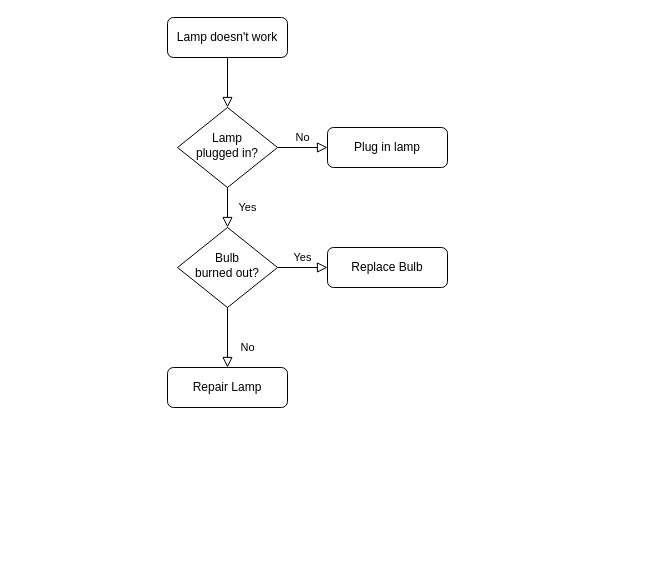
Above: Untitled Diagram.drawio in memyself-ai/github-slideshow (draw.io), before the change. Source tidied: cells renumbered, new cells numbered last; positions are measured from the earlier drawing's top-left corner, leaving out a move shared by most shapes. Both pictures are drawn from the tidied source at 100%, with x=0, y=0 at pixel (167, 17).
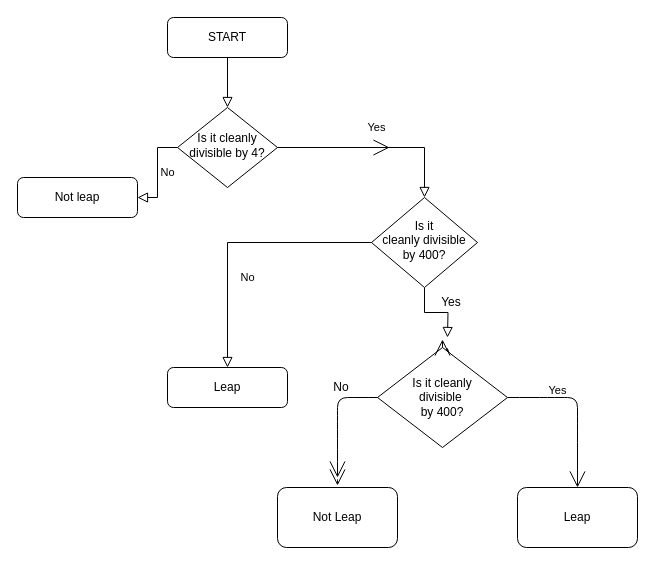
After the change.

Commit message:
leap year

Diff of the diagram source:
```diff
@@
-    <mxCell id="3" value="Lamp doesn't work" style="rounded=1;whiteSpace=wrap;html=1;fontSize=12;glass=0;strokeWidth=1;shadow=0;" parent="1" vertex="1">
+    <mxCell id="3" value="START" style="rounded=1;whiteSpace=wrap;html=1;fontSize=12;glass=0;strokeWidth=1;shadow=0;" parent="1" vertex="1">
       <mxGeometry width="120" height="40" as="geometry" />
     </mxCell>
@@
+    <mxCell id="13" style="edgeStyle=none;curved=1;rounded=0;jettySize=auto;html=1;endArrow=open;startSize=14;endSize=14;sourcePerimeterSpacing=8;targetPerimeterSpacing=8;" parent="1" edge="1" source="6">
+      <mxGeometry relative="1" as="geometry">
+        <mxPoint x="222" y="130" as="targetPoint" />
+      </mxGeometry>
+    </mxCell>
-    <mxCell id="6" value="Lamp&lt;br&gt;plugged in?" style="rhombus;whiteSpace=wrap;html=1;shadow=0;fontFamily=Helvetica;fontSize=12;align=center;strokeWidth=1;spacing=6;spacingTop=-4;" parent="1" vertex="1">
+    <mxCell id="6" value="Is it cleanly divisible by 4?" style="rhombus;whiteSpace=wrap;html=1;shadow=0;fontFamily=Helvetica;fontSize=12;align=center;strokeWidth=1;spacing=6;spacingTop=-4;" parent="1" vertex="1">
       <mxGeometry x="10" y="90" width="100" height="80" as="geometry" />
     </mxCell>
-    <mxCell id="7" value="Plug in lamp" style="rounded=1;whiteSpace=wrap;html=1;fontSize=12;glass=0;strokeWidth=1;shadow=0;" parent="1" vertex="1">
-      <mxGeometry x="160" y="110" width="120" height="40" as="geometry" />
+    <mxCell id="7" value="Not leap" style="rounded=1;whiteSpace=wrap;html=1;fontSize=12;glass=0;strokeWidth=1;shadow=0;" parent="1" vertex="1">
+      <mxGeometry x="-150" y="160" width="120" height="40" as="geometry" />
     </mxCell>
@@
-    <mxCell id="9" value="Yes" style="edgeStyle=orthogonalEdgeStyle;rounded=0;html=1;jettySize=auto;fontSize=11;endArrow=block;endFill=0;endSize=8;strokeWidth=1;shadow=0;labelBackgroundColor=none;" parent="1" edge="1" source="10" target="12">
-      <mxGeometry y="10" relative="1" as="geometry" />
+    <mxCell id="9" value="Yes" style="edgeStyle=orthogonalEdgeStyle;rounded=0;html=1;jettySize=auto;fontSize=11;endArrow=block;endFill=0;endSize=8;strokeWidth=1;shadow=0;labelBackgroundColor=none;" parent="1" edge="1" source="10">
+      <mxGeometry x="1" y="121" relative="1" as="geometry">
+        <mxPoint x="280" y="320" as="targetPoint" />
+        <mxPoint x="-11" y="50" as="offset" />
+      </mxGeometry>
     </mxCell>
-    <mxCell id="10" value="Bulb&lt;br&gt;burned out?" style="rhombus;whiteSpace=wrap;html=1;shadow=0;fontFamily=Helvetica;fontSize=12;align=center;strokeWidth=1;spacing=6;spacingTop=-4;" parent="1" vertex="1">
-      <mxGeometry x="10" y="210" width="100" height="80" as="geometry" />
+    <mxCell id="10" value="Is it &lt;br&gt;cleanly divisible &lt;br&gt;by 400?" style="rhombus;whiteSpace=wrap;html=1;shadow=0;fontFamily=Helvetica;fontSize=12;align=center;strokeWidth=1;spacing=6;spacingTop=-4;" parent="1" vertex="1">
+      <mxGeometry x="204" y="180" width="106" height="90" as="geometry" />
     </mxCell>
-    <mxCell id="11" value="Repair Lamp" style="rounded=1;whiteSpace=wrap;html=1;fontSize=12;glass=0;strokeWidth=1;shadow=0;" parent="1" vertex="1">
+    <mxCell id="11" value="Leap" style="rounded=1;whiteSpace=wrap;html=1;fontSize=12;glass=0;strokeWidth=1;shadow=0;" parent="1" vertex="1">
       <mxGeometry y="350" width="120" height="40" as="geometry" />
     </mxCell>
-    <mxCell id="12" value="Replace Bulb" style="rounded=1;whiteSpace=wrap;html=1;fontSize=12;glass=0;strokeWidth=1;shadow=0;" parent="1" vertex="1">
-      <mxGeometry x="160" y="230" width="120" height="40" as="geometry" />
-    </mxCell>
+    <mxCell id="14" style="edgeStyle=none;curved=1;rounded=0;jettySize=auto;html=1;endArrow=open;startSize=14;endSize=14;targetPerimeterSpacing=8;startArrow=none;" parent="1" edge="1" source="16">
+      <mxGeometry relative="1" as="geometry">
+        <mxPoint x="280" y="330" as="targetPoint" />
+      </mxGeometry>
+    </mxCell>
+    <mxCell id="15" value="Yes" style="text;strokeColor=none;fillColor=none;html=1;align=center;verticalAlign=middle;whiteSpace=wrap;rounded=0;hachureGap=4;" parent="1" vertex="1">
+      <mxGeometry x="254" y="270" width="60" height="30" as="geometry" />
+    </mxCell>
+    <mxCell id="16" value="Is it cleanly &lt;br&gt;divisible&amp;nbsp;&lt;br&gt;by 400?" style="rhombus;whiteSpace=wrap;html=1;hachureGap=4;" parent="1" vertex="1">
+      <mxGeometry x="210" y="330" width="130" height="100" as="geometry" />
+    </mxCell>
+    <mxCell id="17" style="edgeStyle=none;curved=1;rounded=0;orthogonalLoop=1;jettySize=auto;html=1;exitX=0.5;exitY=0;exitDx=0;exitDy=0;endArrow=open;startSize=14;endSize=14;sourcePerimeterSpacing=8;targetPerimeterSpacing=8;" parent="1" edge="1" source="16" target="16">
+      <mxGeometry relative="1" as="geometry" />
+    </mxCell>
+    <mxCell id="18" style="edgeStyle=none;curved=1;rounded=0;jettySize=auto;html=1;endArrow=open;startSize=14;endSize=14;sourcePerimeterSpacing=8;targetPerimeterSpacing=8;" parent="1" edge="1" source="19">
+      <mxGeometry relative="1" as="geometry">
+        <mxPoint x="170" y="468" as="targetPoint" />
+      </mxGeometry>
+    </mxCell>
+    <mxCell id="19" value="Not Leap" style="rounded=1;whiteSpace=wrap;html=1;hachureGap=4;" parent="1" vertex="1">
+      <mxGeometry x="110" y="470" width="120" height="60" as="geometry" />
+    </mxCell>
+    <mxCell id="20" style="edgeStyle=none;jettySize=auto;html=1;rounded=0;endArrow=open;startSize=14;endSize=14;sourcePerimeterSpacing=8;targetPerimeterSpacing=8;curved=1;exitX=0;exitY=0.5;exitDx=0;exitDy=0;" parent="1" edge="1" source="16">
+      <mxGeometry relative="1" as="geometry">
+        <mxPoint x="170" y="460" as="targetPoint" />
+        <Array as="points">
+          <mxPoint x="190" y="380" />
+          <mxPoint x="170" y="380" />
+          <mxPoint x="170" y="400" />
+        </Array>
+      </mxGeometry>
+    </mxCell>
+    <mxCell id="21" value="No" style="text;strokeColor=none;fillColor=none;html=1;align=center;verticalAlign=middle;whiteSpace=wrap;rounded=0;hachureGap=4;" parent="1" vertex="1">
+      <mxGeometry x="144" y="355" width="60" height="30" as="geometry" />
+    </mxCell>
+    <mxCell id="22" value="Leap" style="rounded=1;whiteSpace=wrap;html=1;hachureGap=4;" parent="1" vertex="1">
+      <mxGeometry x="350" y="470" width="120" height="60" as="geometry" />
+    </mxCell>
+    <mxCell id="23" style="edgeStyle=none;jettySize=auto;html=1;rounded=0;endArrow=open;startSize=14;endSize=14;sourcePerimeterSpacing=8;targetPerimeterSpacing=8;curved=1;exitX=1;exitY=0.5;exitDx=0;exitDy=0;entryX=0.5;entryY=0;entryDx=0;entryDy=0;" parent="1" edge="1" source="16" target="22">
+      <mxGeometry relative="1" as="geometry">
+        <Array as="points">
+          <mxPoint x="390" y="380" />
+          <mxPoint x="410" y="380" />
+          <mxPoint x="410" y="400" />
+        </Array>
+      </mxGeometry>
+    </mxCell>
```
